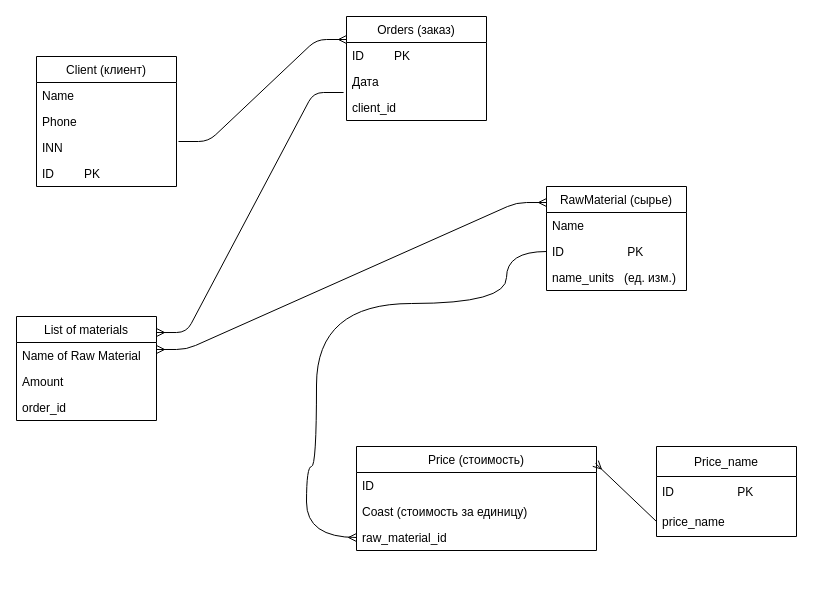
Earlier version of the draw.io diagram db/diagram/dron-backend.drawio (Maxim-Ba/dron-project-backend). Source tidied: cells renumbered, new cells numbered last; positions are measured from the earlier drawing's top-left corner, leaving out a move shared by most shapes. Both pictures are drawn from the tidied source at 100%, with x=0, y=0 at pixel (16, 16).
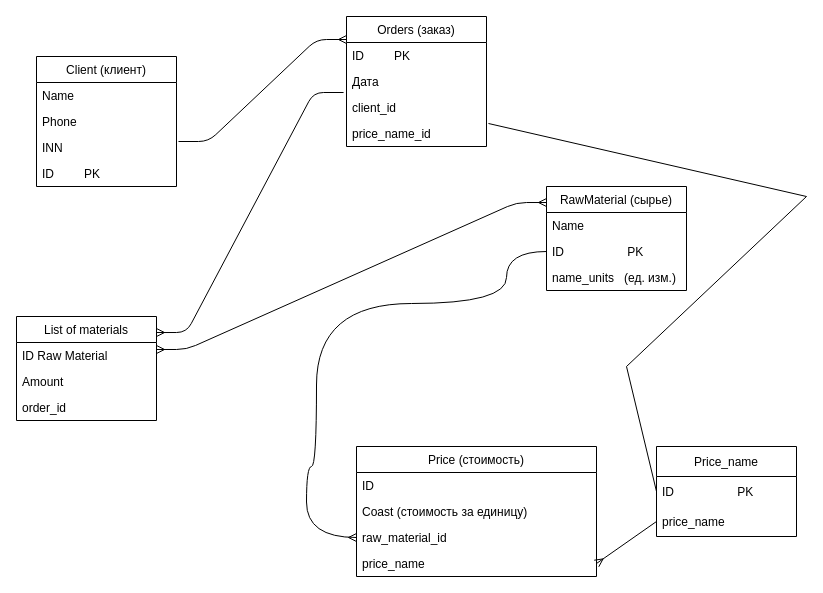
The same diagram, later.

The change refers to these unchanged cells:
```xml
<mxCell id="22" value="List of materials" style="swimlane;fontStyle=0;horizontal=1;startSize=26;" parent="1" vertex="1">
  <mxGeometry y="300" width="140" height="104" as="geometry" />
</mxCell>
<mxCell id="28" value="ID                   PK" style="text;strokeColor=none;fillColor=none;align=left;verticalAlign=middle;spacingLeft=4;spacingRight=4;overflow=hidden;points=[[0,0.5],[1,0.5]];portConstraint=eastwest;" parent="27" vertex="1">
  <mxGeometry y="30" width="140" height="30" as="geometry" />
</mxCell>
<mxCell id="29" value="price_name" style="text;strokeColor=none;fillColor=none;align=left;verticalAlign=middle;spacingLeft=4;spacingRight=4;overflow=hidden;points=[[0,0.5],[1,0.5]];portConstraint=eastwest;" parent="27" vertex="1">
  <mxGeometry y="60" width="140" height="30" as="geometry" />
</mxCell>
```

What changed in the source:
```diff
@@
     <mxCell id="11" value="Price (стоимость)" style="swimlane;fontStyle=0;horizontal=1;startSize=26;" parent="1" vertex="1">
-      <mxGeometry x="340" y="430" width="240" height="104" as="geometry" />
+      <mxGeometry x="340" y="430" width="240" height="130" as="geometry" />
     </mxCell>
@@
+    <mxCell id="31" value="price_name" style="text;strokeColor=none;fillColor=none;align=left;verticalAlign=top;spacingLeft=4;spacingRight=4;overflow=hidden;points=[[0,0.5],[1,0.5]];portConstraint=eastwest;" parent="11" vertex="1">
+      <mxGeometry y="104" width="240" height="26" as="geometry" />
+    </mxCell>
     <mxCell id="15" value="Orders (заказ)" style="swimlane;fontStyle=0;horizontal=1;startSize=26;" parent="1" vertex="1">
-      <mxGeometry x="330" width="140" height="104" as="geometry" />
+      <mxGeometry x="330" width="140" height="130" as="geometry" />
     </mxCell>
@@
+    <mxCell id="32" value="price_name_id" style="text;strokeColor=none;fillColor=none;align=left;verticalAlign=top;spacingLeft=4;spacingRight=4;overflow=hidden;points=[[0,0.5],[1,0.5]];portConstraint=eastwest;fontColor=default;" parent="15" vertex="1">
+      <mxGeometry y="104" width="140" height="26" as="geometry" />
+    </mxCell>
@@
-    <mxCell id="23" value="Name of Raw Material" style="text;strokeColor=none;fillColor=none;align=left;verticalAlign=top;spacingLeft=4;spacingRight=4;overflow=hidden;points=[[0,0.5],[1,0.5]];portConstraint=eastwest;" parent="22" vertex="1">
+    <mxCell id="23" value="ID Raw Material" style="text;strokeColor=none;fillColor=none;align=left;verticalAlign=top;spacingLeft=4;spacingRight=4;overflow=hidden;points=[[0,0.5],[1,0.5]];portConstraint=eastwest;" parent="22" vertex="1">
       <mxGeometry y="26" width="140" height="26" as="geometry" />
     </mxCell>
@@
-    <mxCell id="30" style="endArrow=ERmany;html=1;rounded=0;entryX=0.996;entryY=0.163;entryDx=0;entryDy=0;endFill=0;entryPerimeter=0;exitX=0;exitY=0.5;exitDx=0;exitDy=0;" parent="1" edge="1" source="29" target="11">
+    <mxCell id="30" style="endArrow=ERmany;html=1;rounded=0;entryX=1;entryY=0.5;entryDx=0;entryDy=0;endFill=0;exitX=0;exitY=0.5;exitDx=0;exitDy=0;" parent="1" edge="1" source="29" target="31">
       <mxGeometry relative="1" as="geometry" />
     </mxCell>
+    <mxCell id="33" style="endArrow=none;html=1;rounded=0;exitX=1.014;exitY=0.115;exitDx=0;exitDy=0;entryX=0;entryY=0.5;entryDx=0;entryDy=0;exitPerimeter=0;" parent="1" edge="1" source="32" target="28">
+      <mxGeometry relative="1" as="geometry">
+        <Array as="points">
+          <mxPoint x="790" y="180" />
+          <mxPoint x="610" y="350" />
+        </Array>
+      </mxGeometry>
+    </mxCell>
```
